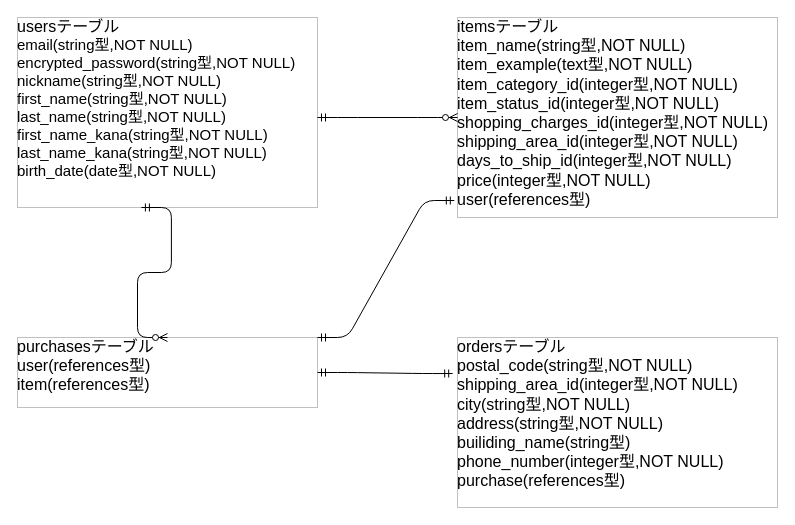
Above: db_design.dio in SK045YXMR/furima-35393 (draw.io), before the change. Source tidied: cells renumbered, new cells numbered last; positions are measured from the earlier drawing's top-left corner, leaving out a move shared by most shapes. Both pictures are drawn from the tidied source at 100%, with x=0, y=0 at pixel (17, 17).
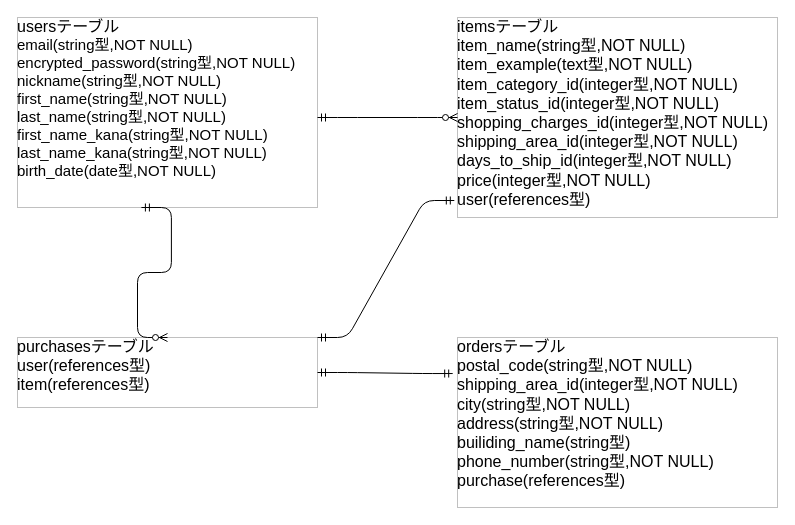
The same page after the edit.

Commit message (it also covers changes not shown here):
修正6:usersテーブルのemailカラムにオプションを追加

The edit, as a diff of the source:
```diff
@@
 <mxGraphModel>
   <root>
     <mxCell id="0" />
     <mxCell id="1" parent="0" />
     <mxCell id="2" value="&lt;font size=&quot;3&quot;&gt;usersテーブル&lt;/font&gt;&lt;br&gt;&lt;font&gt;&lt;font&gt;&lt;span style=&quot;font-size: 15px&quot;&gt;email(string型,NOT NULL)&lt;/span&gt;&lt;br&gt;&lt;/font&gt;&lt;font style=&quot;font-size: 15px&quot;&gt;encrypted_password(string型,NOT NULL)&lt;br&gt;nickname(string型,NOT NULL)&lt;br&gt;&lt;font style=&quot;font-size: 15px&quot;&gt;first_name(string型,NOT NULL)&lt;/font&gt;&lt;br&gt;&lt;/font&gt;&lt;font style=&quot;font-size: 15px&quot;&gt;&lt;font style=&quot;font-size: 15px&quot;&gt;last_name(string型,NOT NULL)&lt;/font&gt;&lt;br&gt;&lt;/font&gt;&lt;font style=&quot;font-size: 15px&quot;&gt;first_name_kana(string型,NOT NULL)&lt;/font&gt;&lt;br&gt;&lt;font style=&quot;font-size: 15px&quot;&gt;last_name_kana(string型,NOT NULL)&lt;/font&gt;&lt;br&gt;&lt;/font&gt;&lt;font style=&quot;font-size: 15px&quot;&gt;&lt;font style=&quot;font-size: 15px&quot;&gt;birth_date(date型,NOT NULL)&lt;/font&gt;&lt;br&gt;&lt;br&gt;&lt;/font&gt;" style="text;html=1;strokeColor=#c0c0c0;fillColor=none;overflow=fill;" parent="1" vertex="1">
       <mxGeometry width="300" height="190" as="geometry" />
     </mxCell>
     <mxCell id="3" value="&lt;font size=&quot;3&quot;&gt;itemsテーブル&lt;br&gt;item_name(string型,NOT NULL)&lt;br&gt;item_example(text型,NOT NULL)&lt;br&gt;item_category_id(integer型,NOT NULL)&lt;br&gt;item_status_id(integer型,NOT NULL)&lt;br&gt;shopping_charges_id(integer型,NOT NULL)&lt;br&gt;shipping_area_id(integer型,NOT NULL)&lt;br&gt;days_to_ship_id(integer型,NOT NULL)&lt;br&gt;price(integer型,NOT NULL)&lt;br&gt;user(references型)&lt;br&gt;&lt;br&gt;&lt;br&gt;&lt;br&gt;&lt;/font&gt;" style="text;html=1;strokeColor=#c0c0c0;fillColor=none;overflow=fill;" parent="1" vertex="1">
       <mxGeometry x="440" width="320" height="200" as="geometry" />
     </mxCell>
     <mxCell id="4" value="&lt;font size=&quot;3&quot;&gt;purchasesテーブル&lt;br&gt;user(references型)&lt;br&gt;item(references型)&lt;br&gt;&lt;br&gt;&lt;br&gt;&lt;br&gt;&lt;br&gt;&lt;br&gt;&lt;br&gt;&lt;/font&gt;" style="text;html=1;strokeColor=#c0c0c0;fillColor=none;overflow=fill;" parent="1" vertex="1">
       <mxGeometry y="320" width="300" height="70" as="geometry" />
     </mxCell>
-    <mxCell id="5" value="&lt;font size=&quot;3&quot;&gt;ordersテーブル&lt;br&gt;postal_code(string型,NOT NULL)&lt;br&gt;shipping_area_id(integer型,NOT NULL)&lt;br&gt;city(string型,NOT NULL)&lt;br&gt;address(string型,NOT NULL)&lt;br&gt;builiding_name(string型)&lt;br&gt;phone_number(integer型,NOT NULL)&lt;br&gt;purchase(references型)&lt;br&gt;&lt;br&gt;&lt;br&gt;&lt;br&gt;&lt;/font&gt;" style="text;html=1;strokeColor=#c0c0c0;fillColor=none;overflow=fill;" parent="1" vertex="1">
+    <mxCell id="5" value="&lt;font size=&quot;3&quot;&gt;ordersテーブル&lt;br&gt;postal_code(string型,NOT NULL)&lt;br&gt;shipping_area_id(integer型,NOT NULL)&lt;br&gt;city(string型,NOT NULL)&lt;br&gt;address(string型,NOT NULL)&lt;br&gt;builiding_name(string型)&lt;br&gt;phone_number(string型,NOT NULL)&lt;br&gt;purchase(references型)&lt;br&gt;&lt;br&gt;&lt;br&gt;&lt;br&gt;&lt;/font&gt;" style="text;html=1;strokeColor=#c0c0c0;fillColor=none;overflow=fill;" parent="1" vertex="1">
       <mxGeometry x="440" y="320" width="320" height="170" as="geometry" />
     </mxCell>
     <mxCell id="6" style="edgeStyle=entityRelationEdgeStyle;fontSize=12;html=1;endArrow=ERzeroToMany;startArrow=ERmandOne;entryX=0;entryY=0.5;entryDx=0;entryDy=0;" parent="1" edge="1" target="3">
       <mxGeometry relative="1" as="geometry">
         <mxPoint x="300" y="100" as="sourcePoint" />
       </mxGeometry>
     </mxCell>
     <mxCell id="7" style="edgeStyle=entityRelationEdgeStyle;fontSize=12;html=1;endArrow=ERmandOne;startArrow=ERmandOne;exitX=1;exitY=0;exitDx=0;exitDy=0;entryX=-0.01;entryY=0.915;entryDx=0;entryDy=0;entryPerimeter=0;" parent="1" edge="1" source="4" target="3">
       <mxGeometry relative="1" as="geometry" />
     </mxCell>
     <mxCell id="8" style="edgeStyle=entityRelationEdgeStyle;fontSize=12;html=1;endArrow=ERmandOne;startArrow=ERmandOne;exitX=1;exitY=0.5;exitDx=0;exitDy=0;entryX=-0.015;entryY=0.212;entryDx=0;entryDy=0;entryPerimeter=0;" parent="1" edge="1" source="4" target="5">
       <mxGeometry relative="1" as="geometry" />
     </mxCell>
     <mxCell id="9" style="edgeStyle=entityRelationEdgeStyle;fontSize=12;html=1;endArrow=ERzeroToMany;startArrow=ERmandOne;exitX=0.413;exitY=1;exitDx=0;exitDy=0;exitPerimeter=0;entryX=0.5;entryY=0;entryDx=0;entryDy=0;" parent="1" edge="1" source="2" target="4">
       <mxGeometry relative="1" as="geometry" />
     </mxCell>
   </root>
 </mxGraphModel>
```
